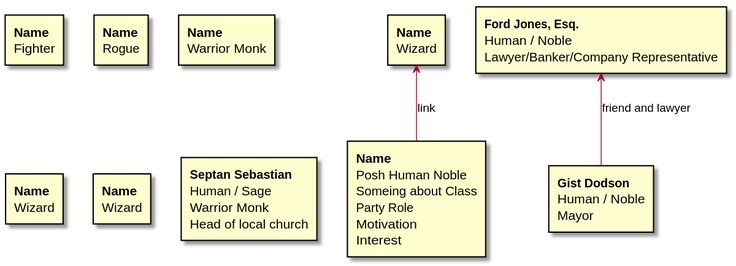
Above: dnd-5e-dodson-2026.svg in tedkotz/rpglog (PlantUML), before the change.
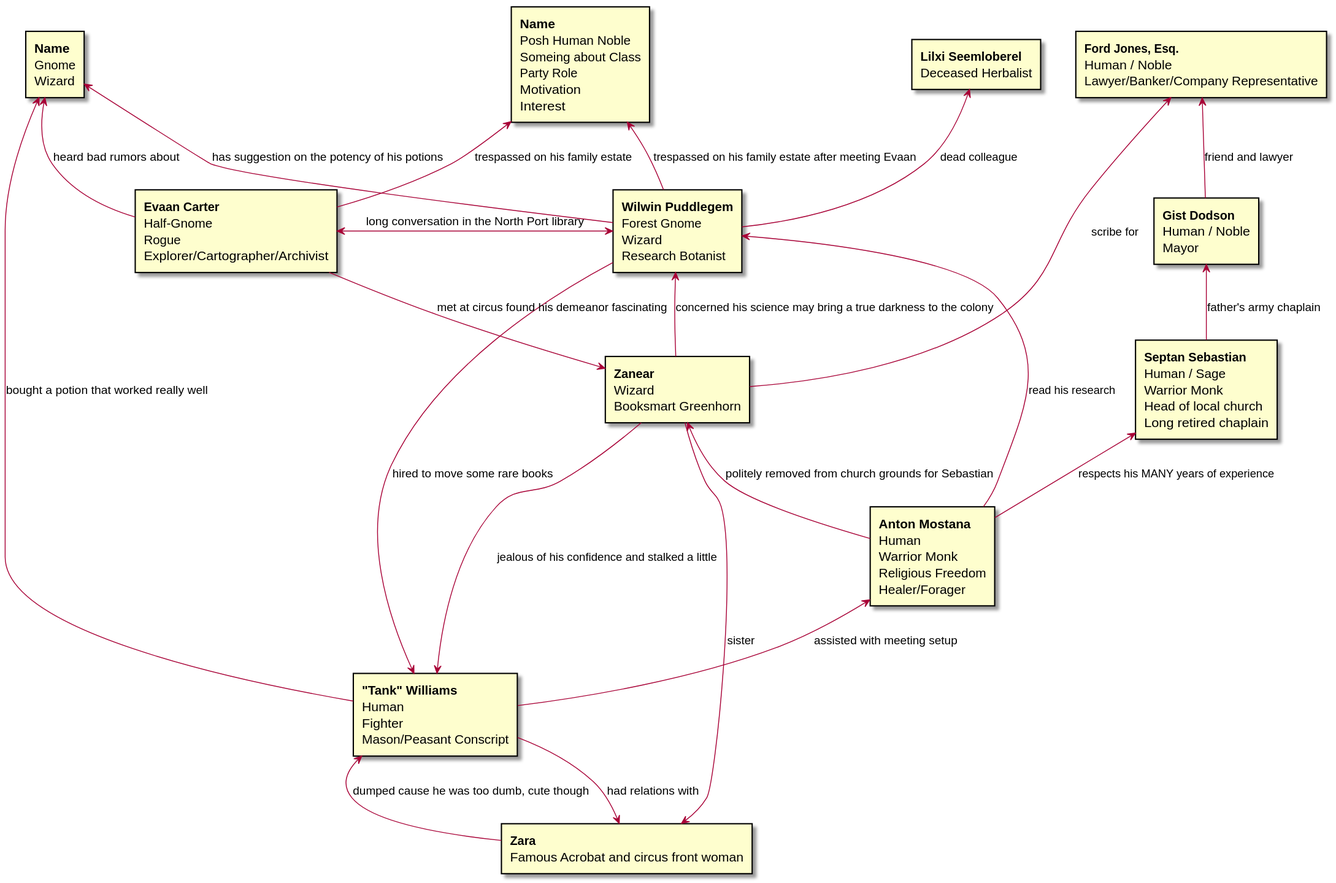
The same file after the commit.

Commit message:
After the 2026-04-22 prelude.

What changed in the source:
```diff
@@ -10,34 +10,44 @@
 ]
 
 rectangle rob [
-**Name**
+**Zanear**
 Wizard
+Booksmart Greenhorn
 ]
 
 rectangle jim [
-**Name**
+**"Tank" Williams**
+Human
 Fighter
+Mason/Peasant Conscript
 ]
 
 rectangle martin [
-**Name**
+**Evaan Carter**
+Half-Gnome
 Rogue
+Explorer/Cartographer/Archivist
 ]
 
 rectangle dave [
-**Name**
+**Anton Mostana**
+Human
 Warrior Monk
+Religious Freedom
+Healer/Forager
 ]
-
 
 rectangle calvin [
 **Name**
+Gnome
 Wizard
 ]
 
 rectangle phil [
-**Name**
+**Wilwin Puddlegem**
+Forest Gnome
 Wizard
+Research Botanist
 ]
 
 rectangle mayor [
@@ -57,10 +67,39 @@
 Human / Sage
 Warrior Monk
 Head of local church
+Long retired chaplain
 ]
 
+rectangle sister [
+**Zara**
+Famous Acrobat and circus front woman
+]
 
+rectangle colleague [
+**Lilxi Seemloberel**
+Deceased Herbalist
+]
 
-rob <-- aaron  : link
+lawyer <-- rob : scribe for
+mayor <-- septan : father's army chaplain
+jim <-- sister : dumped cause he was too dumb, cute though
+sister <-- jim : had relations with
+sister <-- rob : sister
+colleague <-- phil : dead colleague
+phil <-- rob : concerned his science may bring a true darkness to the colony
+calvin <-- jim : bought a potion that worked really well
+aaron <-- martin : trespassed on his family estate
+aaron <-- phil : trespassed on his family estate after meeting Evaan
+martin <-> phil : long conversation in the North Port library
+rob <-- dave : politely removed from church grounds for Sebastian
+septan <-- dave : respects his MANY years of experience
+jim <-- phil: hired to move some rare books
+calvin <-- martin : heard bad rumors about
+calvin <-- phil : has suggestion on the potency of his potions
+jim <-- rob : jealous of his confidence and stalked a little
+phil <-- dave : read his research
+dave <-- jim : assisted with meeting setup
+rob <-- martin : met at circus found his demeanor fascinating
+
 lawyer <-- mayor : friend and lawyer
 @enduml
```
